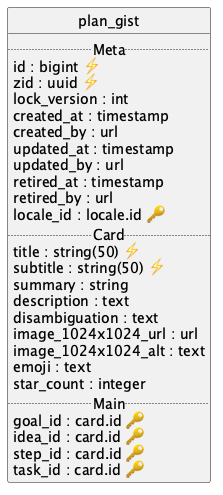
Earlier version of the PlantUML export api/plan_gist/uml/uml.png (contactopensource/contactopensource). The source it was exported from:
```plantuml
@startuml uml
skinparam monochrome true
skinparam linetype ortho
hide circle

entity plan_gist {
  .. Meta ..
  id : bigint ⚡
  zid : uuid ⚡
  lock_version : int
  created_at : timestamp
  created_by : url
  updated_at : timestamp
  updated_by : url
  retired_at : timestamp
  retired_by : url
  locale_id : locale.id 🔑
  .. Card ..
  title : string(50) ⚡
  subtitle : string(50) ⚡
  summary : string
  description : text
  disambiguation : text
  image_1024x1024_url : url
  image_1024x1024_alt : text
  emoji : text
  star_count : integer
  .. Main ..
  goal_id : card.id 🔑
  idea_id : card.id 🔑
  step_id : card.id 🔑
  task_id : card.id 🔑
}

@enduml
```
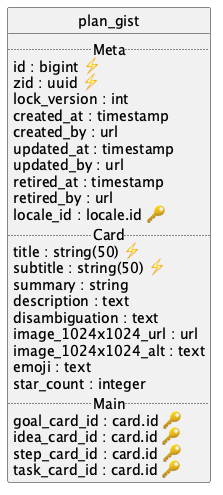
Later version of the same file.

What changed in the source:
```diff
@@ -26,10 +26,10 @@
   emoji : text
   star_count : integer
   .. Main ..
-  goal_id : card.id 🔑
-  idea_id : card.id 🔑
-  step_id : card.id 🔑
-  task_id : card.id 🔑
+  goal_card_id : card.id 🔑
+  idea_card_id : card.id 🔑
+  step_card_id : card.id 🔑
+  task_card_id : card.id 🔑
 }
 
 @enduml
```
